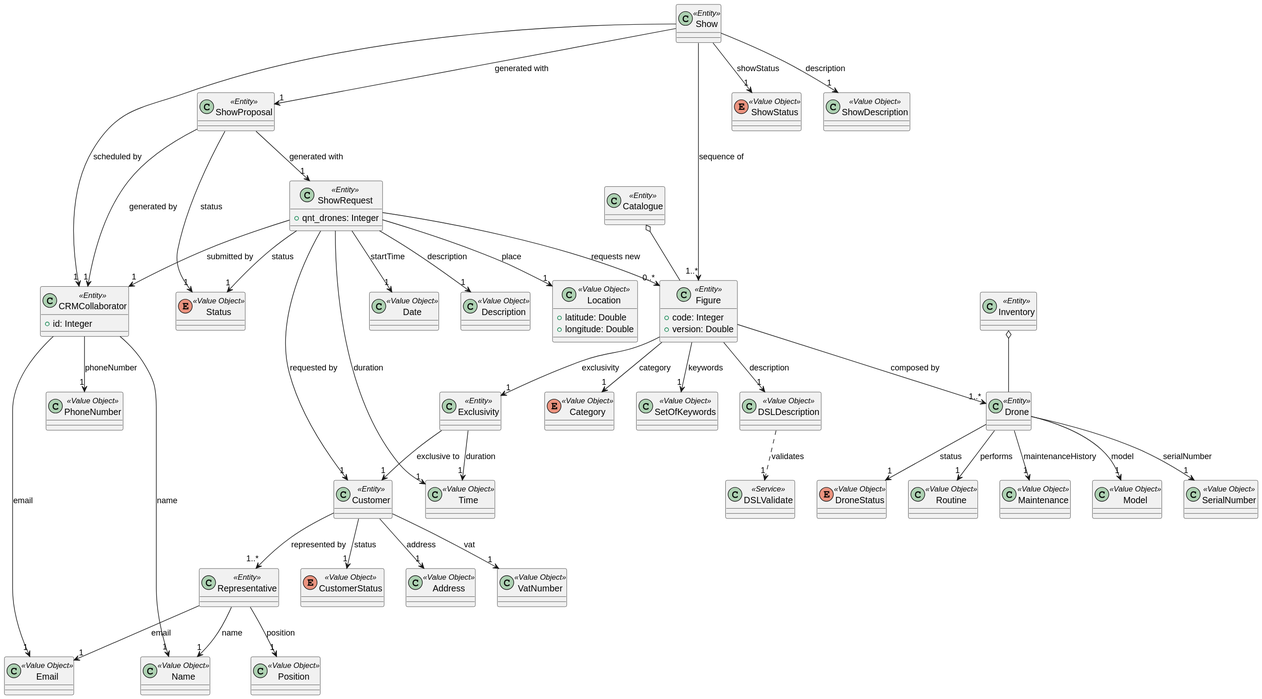
diogoveirospro/sem4pi-2024-2025-sem4pi_2024_2025_g44 keeps this PlantUML diagram as docs/global_artifacts/analysis/images/domain_model.svg. Above is the earlier version.
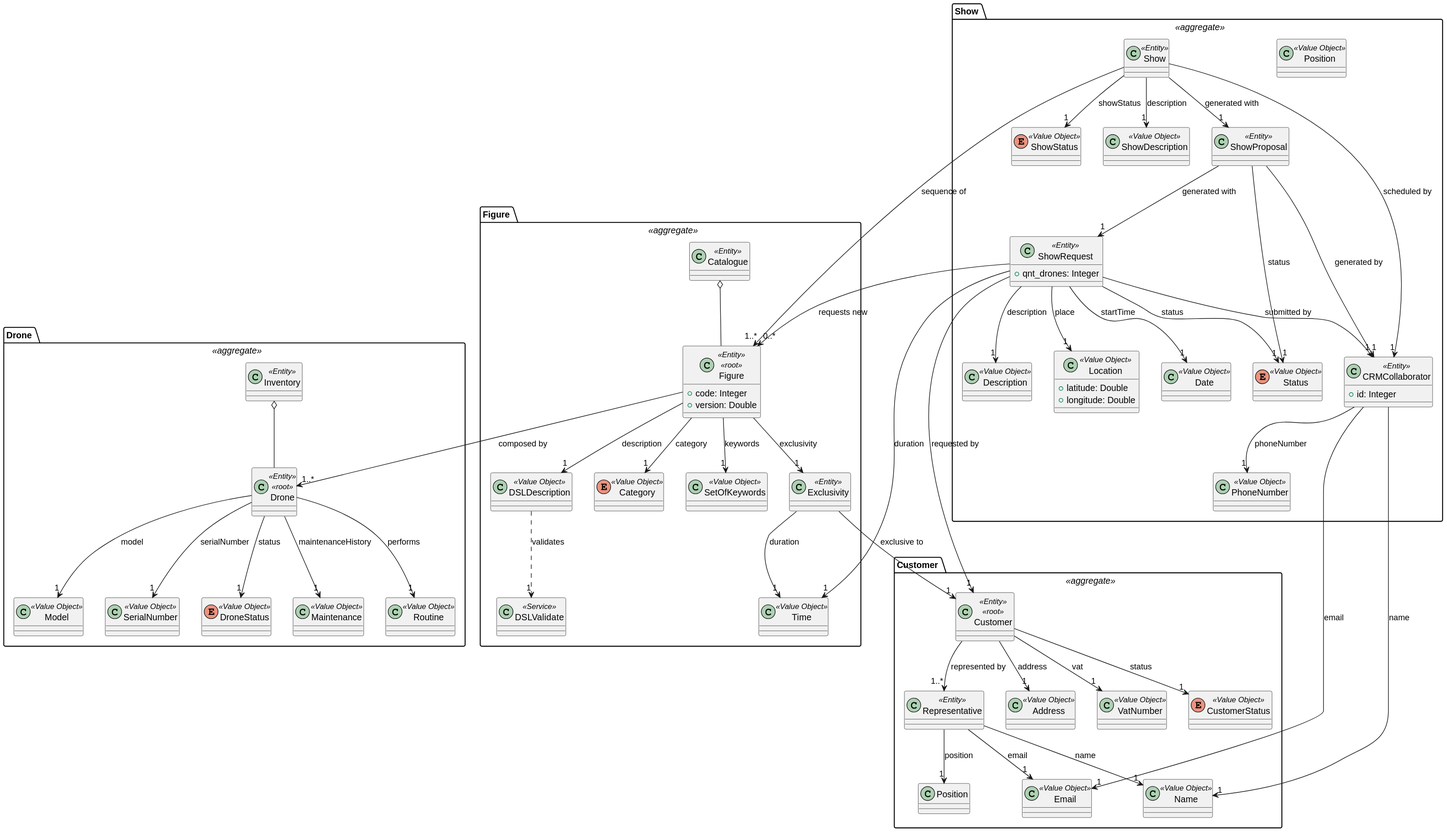
Above is the later version.

Commit message:
#6 Adding aggregates to the domain model. 1230462, 1230917 and 1230948

Diff of the diagram source:
```diff
@@ -1,163 +1,175 @@
 @startuml
-class Name <<Value Object>>{
+package "Customer " <<aggregate>> {
+    class Customer <<Entity>> <<root>>{
+    }
+
+    class Representative <<Entity>>{
+    }
+
+    class Address <<Value Object>>{
+    }
+
+    class VatNumber <<Value Object>>{
+    }
+
+    class Name <<Value Object>>{
+    }
+
+    class Email <<Value Object>>{
+    }
+
+    enum CustomerStatus <<Value Object>>{
+    }
+
+    Customer  --> "1..*" Representative : represented by
+    Customer --> "1" VatNumber : vat
+    Customer --> "1" Address : address
+    Customer --> "1" CustomerStatus : status
+
+    Representative --> "1" Name : name
+    Representative --> "1" Email : email
+    Representative --> "1" Position : position
+
 }
 
-class Email <<Value Object>>{
+package "Drone " <<aggregate>> {
+
+    class Inventory <<Entity>>{
+    }
+
+    class Drone <<Entity>> <<root>>{
+    }
+
+    class Model <<Value Object>>{
+    }
+
+    class SerialNumber <<Value Object>>{
+    }
+
+    enum DroneStatus <<Value Object>>{
+    }
+
+    class Maintenance <<Value Object>>{
+    }
+
+    class Routine <<Value Object>>{
+    }
+
+    Drone --> "1" Routine: performs
+    Drone --> "1" DroneStatus: status
+    Drone --> "1" Model: model
+    Drone --> "1" SerialNumber: serialNumber
+    Drone --> "1" Maintenance: maintenanceHistory
+
+    Inventory o-- Drone
 }
 
-class Model <<Value Object>>{
+package "Figure " <<aggregate>> {
+
+    class Figure <<Entity>> <<root>>{
+        + code: Integer
+        + version: Double
+    }
+
+    class DSLDescription <<Value Object>>{
+    }
+
+    enum Category <<Value Object>>{
+    }
+
+    class SetOfKeywords <<Value Object>>{
+    }
+
+    class Exclusivity <<Entity>>{
+    }
+
+    class Catalogue <<Entity>>{
+    }
+
+    class DSLValidate <<Service>>{
+    }
+
+    class Time <<Value Object>>{
+    }
+
+
+    Figure --> "1..*" Drone: composed by
+    Figure --> "1" DSLDescription: description
+    Figure --> "1" Category: category
+    Figure --> "1" SetOfKeywords: keywords
+    Figure --> "1" Exclusivity: exclusivity
+
+    DSLDescription ..> "1" DSLValidate: validates
+
+    Catalogue o-- Figure
 }
 
-class SerialNumber <<Value Object>>{
+package "Show " <<aggregate>>{
+
+    class PhoneNumber <<Value Object>>{
+    }
+    class Date <<Value Object>>{
+    }
+
+    class Position <<Value Object>>{
+    }
+
+    class Description <<Value Object>>{
+    }
+
+    enum ShowStatus <<Value Object>>{
+    }
+
+    class Location <<Value Object>>{
+        + latitude: Double
+        + longitude: Double
+    }
+
+    enum Status <<Value Object>>{
+    }
+
+    class ShowDescription <<Value Object>>{
+    }
+
+    class CRMCollaborator <<Entity>>{
+        + id: Integer
+    }
+
+    class Show <<Entity>>{
+    }
+
+    class ShowRequest <<Entity>>{
+        + qnt_drones: Integer
+    }
+
+    class ShowProposal <<Entity>>{
+    }
+
+    ShowRequest --> "0..*" Figure : requests new
+    ShowRequest --> "1" Date : startTime
+    ShowRequest --> "1" Time : duration
+    ShowRequest --> "1" Description : description
+    ShowRequest --> "1" CRMCollaborator : submitted by
+    ShowRequest --> "1" Customer: requested by
+    ShowRequest --> "1" Location: place
+    ShowRequest --> "1" Status: status
+
+    Show --> "1..*" Figure: sequence of
+    Show --> "1" ShowStatus: showStatus
+    Show --> "1" ShowDescription: description
+    Show --> "1" ShowProposal: generated with
+    Show --> "1" CRMCollaborator : scheduled by
+
+    ShowProposal --> "1" CRMCollaborator: generated by
+    ShowProposal --> "1" ShowRequest: generated with
+    ShowProposal --> "1" Status: status
+
+    CRMCollaborator --> "1" Name: name
+    CRMCollaborator --> "1" Email: email
+    CRMCollaborator --> "1" PhoneNumber: phoneNumber
+
+    Exclusivity --> "1" Time: duration
+    Exclusivity --> "1" Customer: exclusive to
+
 }
-
-class PhoneNumber <<Value Object>>{
-}
-
-class Address <<Value Object>>{
-}
-
-class VatNumber <<Value Object>>{
-}
-
-class Time <<Value Object>>{
-}
-
-class Date <<Value Object>>{
-}
-
-class Position <<Value Object>>{
-}
-
-class Description <<Value Object>>{
-}
-
-enum CustomerStatus <<Value Object>>{
-}
-
-enum DroneStatus <<Value Object>>{
-}
-
-enum ShowStatus <<Value Object>>{
-}
-
-class Location <<Value Object>>{
-    + latitude: Double
-    + longitude: Double
-}
-
-class DSLDescription <<Value Object>>{
-}
-
-enum Category <<Value Object>>{
-}
-
-class SetOfKeywords <<Value Object>>{
-}
-
-enum Status <<Value Object>>{
-}
-
-class ShowDescription <<Value Object>>{
-}
-
-class Routine <<Value Object>>{
-}
-
-class Maintenance <<Value Object>>{
-}
-
-class Exclusivity <<Entity>>{
-}
-
-class Customer <<Entity>>{
-}
-
-class Catalogue <<Entity>>{
-}
-
-class Inventory <<Entity>>{
-}
-
-class Drone <<Entity>>{
-}
-
-class DSLValidate <<Service>>{
-}
-
-class Figure <<Entity>>{
-    + code: Integer
-    + version: Double
-}
-
-class CRMCollaborator <<Entity>>{
-    + id: Integer
-}
-
-class Representative <<Entity>>{
-}
-
-class Show <<Entity>>{
-}
-
-class ShowRequest <<Entity>>{
-    + qnt_drones: Integer
-}
-
-class ShowProposal <<Entity>>{
-}
-
-
-Customer  --> "1..*" Representative : represented by
-Customer --> "1" VatNumber : vat
-Customer --> "1" Address : address
-Customer --> "1" CustomerStatus : status
-
-ShowRequest --> "0..*" Figure : requests new
-ShowRequest --> "1" Date : startTime
-ShowRequest --> "1" Time : duration
-ShowRequest --> "1" Description : description
-ShowRequest --> "1" CRMCollaborator : submitted by
-ShowRequest --> "1" Customer: requested by
-ShowRequest --> "1" Location: place
-ShowRequest --> "1" Status: status
-
-Representative --> "1" Name : name
-Representative --> "1" Email : email
-Representative --> "1" Position : position
-
-Figure --> "1..*" Drone: composed by
-Figure --> "1" DSLDescription: description
-Figure --> "1" Category: category
-Figure --> "1" SetOfKeywords: keywords
-Figure --> "1" Exclusivity: exclusivity
-
-DSLDescription ..> "1" DSLValidate: validates
-
-Show --> "1..*" Figure: sequence of
-Show --> "1" ShowStatus: showStatus
-Show --> "1" ShowDescription: description
-Show --> "1" ShowProposal: generated with
-Show --> "1" CRMCollaborator : scheduled by
-
-Drone --> "1" Routine: performs
-Drone --> "1" DroneStatus: status
-Drone --> "1" Model: model
-Drone --> "1" SerialNumber: serialNumber
-Drone --> "1" Maintenance: maintenanceHistory
-
-Catalogue o-- Figure
-
-Inventory o-- Drone
-
-ShowProposal --> "1" CRMCollaborator: generated by
-ShowProposal --> "1" ShowRequest: generated with
-ShowProposal --> "1" Status: status
-
-CRMCollaborator --> "1" Name: name
-CRMCollaborator --> "1" Email: email
-CRMCollaborator --> "1" PhoneNumber: phoneNumber
-
-Exclusivity --> "1" Time: duration
-Exclusivity --> "1" Customer: exclusive to
 @enduml
```
